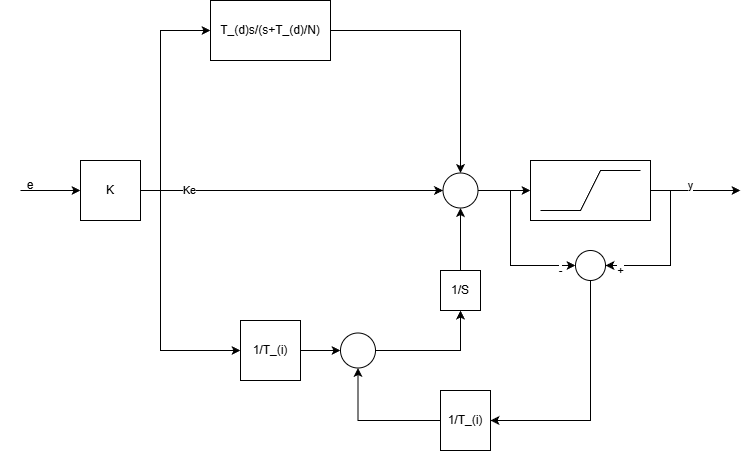
Earlier version of the draw.io export TPF-HelicopteroVertical/documentacion/img/PID/astrom_diagrama.png (simplementeUnPorito/auto). Source tidied: cells renumbered, new cells last; positions are measured from the earlier drawing's top-left corner, leaving out a move shared by most shapes. Its diagram source:
```xml
<mxGraphModel>
  <root>
    <mxCell id="0" />
    <mxCell id="1" parent="0" />
    <mxCell id="2" style="edgeStyle=orthogonalEdgeStyle;rounded=0;jettySize=auto;html=1;exitX=1;exitY=0.5;exitDx=0;exitDy=0;entryX=0;entryY=0.5;entryDx=0;entryDy=0;" parent="1" edge="1" source="4" target="7">
      <mxGeometry relative="1" as="geometry" />
    </mxCell>
    <mxCell id="3" value="Ke" style="edgeLabel;html=1;align=center;verticalAlign=middle;" parent="2" vertex="1">
      <mxGeometry x="-0.68" relative="1" as="geometry" />
    </mxCell>
    <mxCell id="4" value="K" style="rounded=0;whiteSpace=wrap;html=1;" parent="1" vertex="1">
      <mxGeometry x="80" y="160" width="60" height="60" as="geometry" />
    </mxCell>
    <mxCell id="5" style="endArrow=classic;html=1;rounded=0;" parent="1" edge="1">
      <mxGeometry relative="1" as="geometry">
        <mxPoint x="20" y="190" as="sourcePoint" />
        <mxPoint x="80" y="190" as="targetPoint" />
      </mxGeometry>
    </mxCell>
    <mxCell id="6" style="edgeStyle=orthogonalEdgeStyle;rounded=0;jettySize=auto;html=1;" parent="1" edge="1" source="7" target="21">
      <mxGeometry relative="1" as="geometry" />
    </mxCell>
    <mxCell id="7" style="ellipse;whiteSpace=wrap;html=1;" parent="1" vertex="1">
      <mxGeometry x="442.5" y="172.5" width="35" height="35" as="geometry" />
    </mxCell>
    <mxCell id="8" style="edgeStyle=orthogonalEdgeStyle;rounded=0;jettySize=auto;html=1;entryX=0.5;entryY=0;entryDx=0;entryDy=0;" parent="1" edge="1" source="9" target="7">
      <mxGeometry relative="1" as="geometry" />
    </mxCell>
    <mxCell id="9" value="T_(d)s/(s+T_(d)/N)" style="rounded=0;whiteSpace=wrap;html=1;" parent="1" vertex="1">
      <mxGeometry x="210" width="120" height="60" as="geometry" />
    </mxCell>
    <mxCell id="10" style="endArrow=classic;html=1;rounded=0;entryX=0;entryY=0.5;entryDx=0;entryDy=0;" parent="1" edge="1" target="9">
      <mxGeometry relative="1" as="geometry">
        <mxPoint x="160" y="190" as="sourcePoint" />
        <Array as="points">
          <mxPoint x="160" y="30" />
        </Array>
      </mxGeometry>
    </mxCell>
    <mxCell id="11" value="e" style="text;html=1;whiteSpace=wrap;strokeColor=none;fillColor=none;align=center;verticalAlign=middle;rounded=0;" parent="1" vertex="1">
      <mxGeometry y="170" width="60" height="30" as="geometry" />
    </mxCell>
    <mxCell id="12" style="endArrow=classic;html=1;rounded=0;entryX=0;entryY=0.5;entryDx=0;entryDy=0;" parent="1" edge="1" target="14">
      <mxGeometry relative="1" as="geometry">
        <mxPoint x="160" y="190" as="sourcePoint" />
        <Array as="points">
          <mxPoint x="160" y="350" />
        </Array>
      </mxGeometry>
    </mxCell>
    <mxCell id="13" style="edgeStyle=orthogonalEdgeStyle;rounded=0;jettySize=auto;html=1;exitX=1;exitY=0.5;exitDx=0;exitDy=0;entryX=0;entryY=0.5;entryDx=0;entryDy=0;" parent="1" edge="1" source="14" target="16">
      <mxGeometry relative="1" as="geometry" />
    </mxCell>
    <mxCell id="14" value="1/T_(i)" style="rounded=0;whiteSpace=wrap;html=1;" parent="1" vertex="1">
      <mxGeometry x="240" y="320" width="60" height="60" as="geometry" />
    </mxCell>
    <mxCell id="15" style="edgeStyle=orthogonalEdgeStyle;rounded=0;jettySize=auto;html=1;exitX=1;exitY=0.5;exitDx=0;exitDy=0;entryX=0.5;entryY=1;entryDx=0;entryDy=0;" parent="1" edge="1" source="16" target="18">
      <mxGeometry relative="1" as="geometry" />
    </mxCell>
    <mxCell id="16" style="ellipse;whiteSpace=wrap;html=1;" parent="1" vertex="1">
      <mxGeometry x="340" y="332.5" width="35" height="35" as="geometry" />
    </mxCell>
    <mxCell id="17" style="edgeStyle=orthogonalEdgeStyle;rounded=0;jettySize=auto;html=1;exitX=0.5;exitY=0;exitDx=0;exitDy=0;entryX=0.5;entryY=1;entryDx=0;entryDy=0;" parent="1" edge="1" source="18" target="7">
      <mxGeometry relative="1" as="geometry" />
    </mxCell>
    <mxCell id="18" value="1/S" style="rounded=0;whiteSpace=wrap;html=1;" parent="1" vertex="1">
      <mxGeometry x="440" y="270" width="40" height="40" as="geometry" />
    </mxCell>
    <mxCell id="19" style="edgeStyle=orthogonalEdgeStyle;rounded=0;jettySize=auto;html=1;exitX=1;exitY=0.5;exitDx=0;exitDy=0;" parent="1" edge="1" source="21">
      <mxGeometry relative="1" as="geometry">
        <mxPoint x="740" y="190" as="targetPoint" />
      </mxGeometry>
    </mxCell>
    <mxCell id="20" value="y" style="edgeLabel;html=1;align=center;verticalAlign=middle;" parent="19" vertex="1">
      <mxGeometry x="0.62" y="1" relative="1" as="geometry">
        <mxPoint x="-33" y="-4" as="offset" />
      </mxGeometry>
    </mxCell>
    <mxCell id="21" style="whiteSpace=wrap;html=1;" parent="1" vertex="1">
      <mxGeometry x="530" y="160" width="120" height="60" as="geometry" />
    </mxCell>
    <mxCell id="22" style="endArrow=none;html=1;rounded=0;exitX=0.083;exitY=0.833;exitDx=0;exitDy=0;exitPerimeter=0;entryX=0.917;entryY=0.167;entryDx=0;entryDy=0;entryPerimeter=0;" parent="1" edge="1" source="21" target="21">
      <mxGeometry relative="1" as="geometry">
        <Array as="points">
          <mxPoint x="580" y="210" />
          <mxPoint x="600" y="170" />
        </Array>
      </mxGeometry>
    </mxCell>
    <mxCell id="23" style="edgeStyle=orthogonalEdgeStyle;rounded=0;jettySize=auto;html=1;exitX=0.5;exitY=1;exitDx=0;exitDy=0;entryX=1;entryY=0.5;entryDx=0;entryDy=0;" parent="1" edge="1" source="24" target="30">
      <mxGeometry relative="1" as="geometry" />
    </mxCell>
    <mxCell id="24" style="ellipse;whiteSpace=wrap;html=1;" parent="1" vertex="1">
      <mxGeometry x="575" y="250" width="30" height="30" as="geometry" />
    </mxCell>
    <mxCell id="25" style="endArrow=classic;html=1;rounded=0;entryX=0;entryY=0.5;entryDx=0;entryDy=0;" parent="1" edge="1" target="24">
      <mxGeometry relative="1" as="geometry">
        <mxPoint x="510" y="190" as="sourcePoint" />
        <Array as="points">
          <mxPoint x="510" y="265" />
        </Array>
      </mxGeometry>
    </mxCell>
    <mxCell id="26" value="-" style="edgeLabel;html=1;align=center;verticalAlign=middle;" parent="25" vertex="1">
      <mxGeometry x="0.29" relative="1" as="geometry">
        <mxPoint x="34" y="5" as="offset" />
      </mxGeometry>
    </mxCell>
    <mxCell id="27" style="endArrow=classic;html=1;rounded=0;entryX=1;entryY=0.5;entryDx=0;entryDy=0;" parent="1" edge="1" target="24">
      <mxGeometry relative="1" as="geometry">
        <mxPoint x="670" y="190" as="sourcePoint" />
        <Array as="points">
          <mxPoint x="670" y="265" />
        </Array>
      </mxGeometry>
    </mxCell>
    <mxCell id="28" value="+" style="edgeLabel;html=1;align=center;verticalAlign=middle;" parent="27" vertex="1">
      <mxGeometry x="0.59" relative="1" as="geometry">
        <mxPoint x="-14" y="5" as="offset" />
      </mxGeometry>
    </mxCell>
    <mxCell id="29" style="edgeStyle=orthogonalEdgeStyle;rounded=0;jettySize=auto;html=1;exitX=0;exitY=0.5;exitDx=0;exitDy=0;entryX=0.5;entryY=1;entryDx=0;entryDy=0;" parent="1" edge="1" source="30" target="16">
      <mxGeometry relative="1" as="geometry" />
    </mxCell>
    <mxCell id="30" value="1/T_(i)" style="rounded=0;whiteSpace=wrap;html=1;" parent="1" vertex="1">
      <mxGeometry x="440" y="390" width="50" height="60" as="geometry" />
    </mxCell>
  </root>
</mxGraphModel>
```
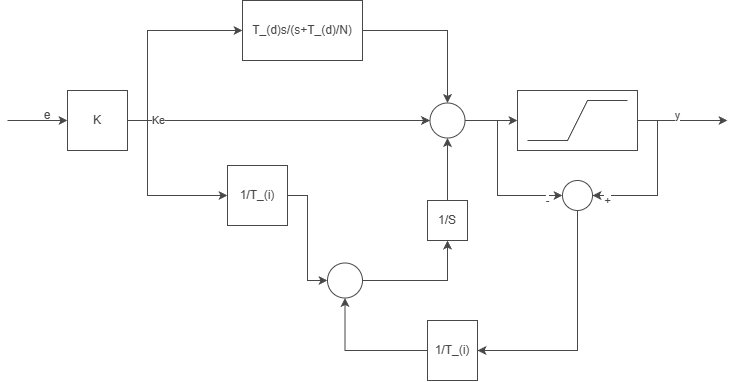
After the commit.

Diff of the diagram source:
```diff
@@ -1,85 +1,87 @@
-<mxGraphModel>
+<mxGraphModel background="light-dark(#FFFFFF,#FFFFFF)">
   <root>
     <mxCell id="0" />
     <mxCell id="1" parent="0" />
-    <mxCell id="2" style="edgeStyle=orthogonalEdgeStyle;rounded=0;jettySize=auto;html=1;exitX=1;exitY=0.5;exitDx=0;exitDy=0;entryX=0;entryY=0.5;entryDx=0;entryDy=0;" parent="1" edge="1" source="4" target="7">
+    <mxCell id="2" style="edgeStyle=orthogonalEdgeStyle;rounded=0;jettySize=auto;html=1;exitX=1;exitY=0.5;exitDx=0;exitDy=0;entryX=0;entryY=0.5;entryDx=0;entryDy=0;strokeColor=light-dark(#000000,#484848);" parent="1" edge="1" source="4" target="7">
       <mxGeometry relative="1" as="geometry" />
     </mxCell>
-    <mxCell id="3" value="Ke" style="edgeLabel;html=1;align=center;verticalAlign=middle;" parent="2" vertex="1">
-      <mxGeometry x="-0.68" relative="1" as="geometry" />
+    <mxCell id="3" value="Ke" style="edgeLabel;html=1;align=center;verticalAlign=middle;fontColor=light-dark(#000000,#484848);labelBackgroundColor=light-dark(#FFFFFF,#FFFFFF);" parent="2" vertex="1">
+      <mxGeometry x="-0.68" relative="1" as="geometry">
+        <mxPoint x="-18" as="offset" />
+      </mxGeometry>
     </mxCell>
-    <mxCell id="4" value="K" style="rounded=0;whiteSpace=wrap;html=1;" parent="1" vertex="1">
+    <mxCell id="4" value="K" style="rounded=0;whiteSpace=wrap;html=1;fontColor=light-dark(#000000,#484848);fillColor=light-dark(#FFFFFF,#FFFFFF);strokeColor=light-dark(#000000,#484848);" parent="1" vertex="1">
       <mxGeometry x="80" y="160" width="60" height="60" as="geometry" />
     </mxCell>
-    <mxCell id="5" style="endArrow=classic;html=1;rounded=0;" parent="1" edge="1">
+    <mxCell id="5" style="endArrow=classic;html=1;rounded=0;strokeColor=light-dark(#000000,#484848);" parent="1" edge="1">
       <mxGeometry relative="1" as="geometry">
         <mxPoint x="20" y="190" as="sourcePoint" />
         <mxPoint x="80" y="190" as="targetPoint" />
       </mxGeometry>
     </mxCell>
-    <mxCell id="6" style="edgeStyle=orthogonalEdgeStyle;rounded=0;jettySize=auto;html=1;" parent="1" edge="1" source="7" target="21">
+    <mxCell id="6" style="edgeStyle=orthogonalEdgeStyle;rounded=0;jettySize=auto;html=1;strokeColor=light-dark(#000000,#484848);" parent="1" edge="1" source="7" target="21">
       <mxGeometry relative="1" as="geometry" />
     </mxCell>
-    <mxCell id="7" style="ellipse;whiteSpace=wrap;html=1;" parent="1" vertex="1">
+    <mxCell id="7" style="ellipse;whiteSpace=wrap;html=1;fillColor=light-dark(#FFFFFF,#FFFFFF);strokeColor=light-dark(#000000,#484848);" parent="1" vertex="1">
       <mxGeometry x="442.5" y="172.5" width="35" height="35" as="geometry" />
     </mxCell>
-    <mxCell id="8" style="edgeStyle=orthogonalEdgeStyle;rounded=0;jettySize=auto;html=1;entryX=0.5;entryY=0;entryDx=0;entryDy=0;" parent="1" edge="1" source="9" target="7">
+    <mxCell id="8" style="edgeStyle=orthogonalEdgeStyle;rounded=0;jettySize=auto;html=1;entryX=0.5;entryY=0;entryDx=0;entryDy=0;strokeColor=light-dark(#000000,#484848);" parent="1" edge="1" source="9" target="7">
       <mxGeometry relative="1" as="geometry" />
     </mxCell>
-    <mxCell id="9" value="T_(d)s/(s+T_(d)/N)" style="rounded=0;whiteSpace=wrap;html=1;" parent="1" vertex="1">
-      <mxGeometry x="210" width="120" height="60" as="geometry" />
+    <mxCell id="9" value="T_(d)s/(s+T_(d)/N)" style="rounded=0;whiteSpace=wrap;html=1;labelBackgroundColor=light-dark(#FFFFFF,#FFFFFF);fillColor=light-dark(#FFFFFF,#FFFFFF);fontColor=light-dark(#000000,#484848);strokeColor=light-dark(#000000,#484848);" parent="1" vertex="1">
+      <mxGeometry x="255" y="70" width="120" height="60" as="geometry" />
     </mxCell>
-    <mxCell id="10" style="endArrow=classic;html=1;rounded=0;entryX=0;entryY=0.5;entryDx=0;entryDy=0;" parent="1" edge="1" target="9">
+    <mxCell id="10" style="endArrow=classic;html=1;rounded=0;entryX=0;entryY=0.5;entryDx=0;entryDy=0;strokeColor=light-dark(#000000,#484848);" parent="1" edge="1" target="9">
       <mxGeometry relative="1" as="geometry">
         <mxPoint x="160" y="190" as="sourcePoint" />
         <Array as="points">
-          <mxPoint x="160" y="30" />
+          <mxPoint x="160" y="100" />
         </Array>
       </mxGeometry>
     </mxCell>
-    <mxCell id="11" value="e" style="text;html=1;whiteSpace=wrap;strokeColor=none;fillColor=none;align=center;verticalAlign=middle;rounded=0;" parent="1" vertex="1">
-      <mxGeometry y="170" width="60" height="30" as="geometry" />
+    <mxCell id="11" value="e" style="text;html=1;whiteSpace=wrap;align=center;verticalAlign=middle;rounded=0;fontColor=light-dark(#000000,#484848);" parent="1" vertex="1">
+      <mxGeometry x="30" y="170" width="60" height="30" as="geometry" />
     </mxCell>
-    <mxCell id="12" style="endArrow=classic;html=1;rounded=0;entryX=0;entryY=0.5;entryDx=0;entryDy=0;" parent="1" edge="1" target="14">
+    <mxCell id="12" style="endArrow=classic;html=1;rounded=0;entryX=0;entryY=0.5;entryDx=0;entryDy=0;strokeColor=light-dark(#000000,#484848);" parent="1" edge="1" target="14">
       <mxGeometry relative="1" as="geometry">
         <mxPoint x="160" y="190" as="sourcePoint" />
         <Array as="points">
-          <mxPoint x="160" y="350" />
+          <mxPoint x="160" y="265" />
         </Array>
       </mxGeometry>
     </mxCell>
-    <mxCell id="13" style="edgeStyle=orthogonalEdgeStyle;rounded=0;jettySize=auto;html=1;exitX=1;exitY=0.5;exitDx=0;exitDy=0;entryX=0;entryY=0.5;entryDx=0;entryDy=0;" parent="1" edge="1" source="14" target="16">
+    <mxCell id="13" style="edgeStyle=orthogonalEdgeStyle;rounded=0;jettySize=auto;html=1;exitX=1;exitY=0.5;exitDx=0;exitDy=0;entryX=0;entryY=0.5;entryDx=0;entryDy=0;strokeColor=light-dark(#000000,#484848);" parent="1" edge="1" source="14" target="16">
       <mxGeometry relative="1" as="geometry" />
     </mxCell>
-    <mxCell id="14" value="1/T_(i)" style="rounded=0;whiteSpace=wrap;html=1;" parent="1" vertex="1">
-      <mxGeometry x="240" y="320" width="60" height="60" as="geometry" />
+    <mxCell id="14" value="1/T_(i)" style="rounded=0;whiteSpace=wrap;html=1;fillColor=light-dark(#FFFFFF,#FFFFFF);strokeColor=light-dark(#000000,#484848);fontColor=light-dark(#000000,#484848);" parent="1" vertex="1">
+      <mxGeometry x="240" y="235" width="60" height="60" as="geometry" />
     </mxCell>
-    <mxCell id="15" style="edgeStyle=orthogonalEdgeStyle;rounded=0;jettySize=auto;html=1;exitX=1;exitY=0.5;exitDx=0;exitDy=0;entryX=0.5;entryY=1;entryDx=0;entryDy=0;" parent="1" edge="1" source="16" target="18">
+    <mxCell id="15" style="edgeStyle=orthogonalEdgeStyle;rounded=0;jettySize=auto;html=1;exitX=1;exitY=0.5;exitDx=0;exitDy=0;entryX=0.5;entryY=1;entryDx=0;entryDy=0;strokeColor=light-dark(#000000,#484848);" parent="1" edge="1" source="16" target="18">
       <mxGeometry relative="1" as="geometry" />
     </mxCell>
-    <mxCell id="16" style="ellipse;whiteSpace=wrap;html=1;" parent="1" vertex="1">
+    <mxCell id="16" style="ellipse;whiteSpace=wrap;html=1;fillColor=light-dark(#FFFFFF,#FFFFFF);strokeColor=light-dark(#000000,#484848);" parent="1" vertex="1">
       <mxGeometry x="340" y="332.5" width="35" height="35" as="geometry" />
     </mxCell>
-    <mxCell id="17" style="edgeStyle=orthogonalEdgeStyle;rounded=0;jettySize=auto;html=1;exitX=0.5;exitY=0;exitDx=0;exitDy=0;entryX=0.5;entryY=1;entryDx=0;entryDy=0;" parent="1" edge="1" source="18" target="7">
+    <mxCell id="17" style="edgeStyle=orthogonalEdgeStyle;rounded=0;jettySize=auto;html=1;exitX=0.5;exitY=0;exitDx=0;exitDy=0;entryX=0.5;entryY=1;entryDx=0;entryDy=0;strokeColor=light-dark(#000000,#484848);" parent="1" edge="1" source="18" target="7">
       <mxGeometry relative="1" as="geometry" />
     </mxCell>
-    <mxCell id="18" value="1/S" style="rounded=0;whiteSpace=wrap;html=1;" parent="1" vertex="1">
+    <mxCell id="18" value="1/S" style="rounded=0;whiteSpace=wrap;html=1;fillColor=light-dark(#FFFFFF,#FFFFFF);strokeColor=light-dark(#000000,#484848);fontColor=light-dark(#000000,#484848);" parent="1" vertex="1">
       <mxGeometry x="440" y="270" width="40" height="40" as="geometry" />
     </mxCell>
-    <mxCell id="19" style="edgeStyle=orthogonalEdgeStyle;rounded=0;jettySize=auto;html=1;exitX=1;exitY=0.5;exitDx=0;exitDy=0;" parent="1" edge="1" source="21">
+    <mxCell id="19" style="edgeStyle=orthogonalEdgeStyle;rounded=0;jettySize=auto;html=1;exitX=1;exitY=0.5;exitDx=0;exitDy=0;strokeColor=light-dark(#000000,#484848);" parent="1" edge="1" source="21">
       <mxGeometry relative="1" as="geometry">
         <mxPoint x="740" y="190" as="targetPoint" />
       </mxGeometry>
     </mxCell>
-    <mxCell id="20" value="y" style="edgeLabel;html=1;align=center;verticalAlign=middle;" parent="19" vertex="1">
+    <mxCell id="20" value="y" style="edgeLabel;html=1;align=center;verticalAlign=middle;fontColor=light-dark(#000000,#484848);labelBackgroundColor=light-dark(#FFFFFF,#FFFFFF);" parent="19" vertex="1">
       <mxGeometry x="0.62" y="1" relative="1" as="geometry">
         <mxPoint x="-33" y="-4" as="offset" />
       </mxGeometry>
     </mxCell>
-    <mxCell id="21" style="whiteSpace=wrap;html=1;" parent="1" vertex="1">
+    <mxCell id="21" style="whiteSpace=wrap;html=1;labelBackgroundColor=light-dark(#000000,#484848);fillColor=light-dark(#FFFFFF,#FFFFFF);fillStyle=solid;strokeColor=light-dark(#000000,#484848);" parent="1" vertex="1">
       <mxGeometry x="530" y="160" width="120" height="60" as="geometry" />
     </mxCell>
-    <mxCell id="22" style="endArrow=none;html=1;rounded=0;exitX=0.083;exitY=0.833;exitDx=0;exitDy=0;exitPerimeter=0;entryX=0.917;entryY=0.167;entryDx=0;entryDy=0;entryPerimeter=0;" parent="1" edge="1" source="21" target="21">
+    <mxCell id="22" style="endArrow=none;html=1;rounded=0;exitX=0.083;exitY=0.833;exitDx=0;exitDy=0;exitPerimeter=0;entryX=0.917;entryY=0.167;entryDx=0;entryDy=0;entryPerimeter=0;fontColor=light-dark(#000000,#484848);strokeColor=light-dark(#000000,#484848);" parent="1" edge="1" source="21" target="21">
       <mxGeometry relative="1" as="geometry">
         <Array as="points">
           <mxPoint x="580" y="210" />
@@ -87,13 +89,13 @@
         </Array>
       </mxGeometry>
     </mxCell>
-    <mxCell id="23" style="edgeStyle=orthogonalEdgeStyle;rounded=0;jettySize=auto;html=1;exitX=0.5;exitY=1;exitDx=0;exitDy=0;entryX=1;entryY=0.5;entryDx=0;entryDy=0;" parent="1" edge="1" source="24" target="30">
+    <mxCell id="23" style="edgeStyle=orthogonalEdgeStyle;rounded=0;jettySize=auto;html=1;exitX=0.5;exitY=1;exitDx=0;exitDy=0;entryX=1;entryY=0.5;entryDx=0;entryDy=0;strokeColor=light-dark(#000000,#484848);" parent="1" edge="1" source="24" target="30">
       <mxGeometry relative="1" as="geometry" />
     </mxCell>
-    <mxCell id="24" style="ellipse;whiteSpace=wrap;html=1;" parent="1" vertex="1">
+    <mxCell id="24" style="ellipse;whiteSpace=wrap;html=1;fillColor=light-dark(#FFFFFF,#FFFFFF);strokeColor=light-dark(#000000,#484848);" parent="1" vertex="1">
       <mxGeometry x="575" y="250" width="30" height="30" as="geometry" />
     </mxCell>
-    <mxCell id="25" style="endArrow=classic;html=1;rounded=0;entryX=0;entryY=0.5;entryDx=0;entryDy=0;" parent="1" edge="1" target="24">
+    <mxCell id="25" style="endArrow=classic;html=1;rounded=0;entryX=0;entryY=0.5;entryDx=0;entryDy=0;strokeColor=light-dark(#000000,#484848);" parent="1" edge="1" target="24">
       <mxGeometry relative="1" as="geometry">
         <mxPoint x="510" y="190" as="sourcePoint" />
         <Array as="points">
@@ -101,12 +103,12 @@
         </Array>
       </mxGeometry>
     </mxCell>
-    <mxCell id="26" value="-" style="edgeLabel;html=1;align=center;verticalAlign=middle;" parent="25" vertex="1">
+    <mxCell id="26" value="-" style="edgeLabel;html=1;align=center;verticalAlign=middle;labelBackgroundColor=light-dark(#FFFFFF,#FFFFFF);fontColor=light-dark(#000000,#484848);" parent="25" vertex="1">
       <mxGeometry x="0.29" relative="1" as="geometry">
         <mxPoint x="34" y="5" as="offset" />
       </mxGeometry>
     </mxCell>
-    <mxCell id="27" style="endArrow=classic;html=1;rounded=0;entryX=1;entryY=0.5;entryDx=0;entryDy=0;" parent="1" edge="1" target="24">
+    <mxCell id="27" style="endArrow=classic;html=1;rounded=0;entryX=1;entryY=0.5;entryDx=0;entryDy=0;strokeColor=light-dark(#000000,#484848);" parent="1" edge="1" target="24">
       <mxGeometry relative="1" as="geometry">
         <mxPoint x="670" y="190" as="sourcePoint" />
         <Array as="points">
@@ -114,15 +116,15 @@
         </Array>
       </mxGeometry>
     </mxCell>
-    <mxCell id="28" value="+" style="edgeLabel;html=1;align=center;verticalAlign=middle;" parent="27" vertex="1">
+    <mxCell id="28" value="+" style="edgeLabel;html=1;align=center;verticalAlign=middle;fontColor=light-dark(#000000,#484848);labelBackgroundColor=light-dark(#FFFFFF,#FFFFFF);" parent="27" vertex="1">
       <mxGeometry x="0.59" relative="1" as="geometry">
         <mxPoint x="-14" y="5" as="offset" />
       </mxGeometry>
     </mxCell>
-    <mxCell id="29" style="edgeStyle=orthogonalEdgeStyle;rounded=0;jettySize=auto;html=1;exitX=0;exitY=0.5;exitDx=0;exitDy=0;entryX=0.5;entryY=1;entryDx=0;entryDy=0;" parent="1" edge="1" source="30" target="16">
+    <mxCell id="29" style="edgeStyle=orthogonalEdgeStyle;rounded=0;jettySize=auto;html=1;exitX=0;exitY=0.5;exitDx=0;exitDy=0;entryX=0.5;entryY=1;entryDx=0;entryDy=0;strokeColor=light-dark(#000000,#484848);" parent="1" edge="1" source="30" target="16">
       <mxGeometry relative="1" as="geometry" />
     </mxCell>
-    <mxCell id="30" value="1/T_(i)" style="rounded=0;whiteSpace=wrap;html=1;" parent="1" vertex="1">
+    <mxCell id="30" value="1/T_(i)" style="rounded=0;whiteSpace=wrap;html=1;fillColor=light-dark(#FFFFFF,#FFFFFF);fontColor=light-dark(#000000,#484848);strokeColor=light-dark(#000000,#484848);" parent="1" vertex="1">
       <mxGeometry x="440" y="390" width="50" height="60" as="geometry" />
     </mxCell>
   </root>
```
